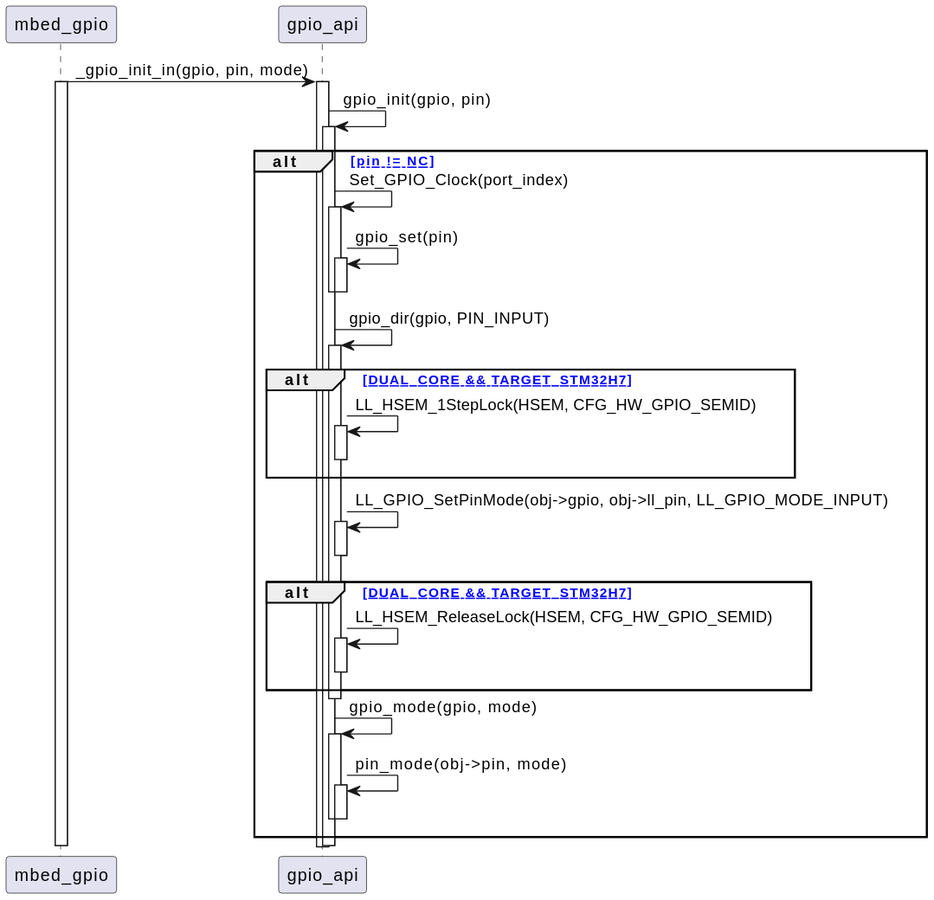
Bhagyani08/test_project keeps this PlantUML diagram as ai-design/sequence/_gpio_init_in.svg. Above is the earlier version.
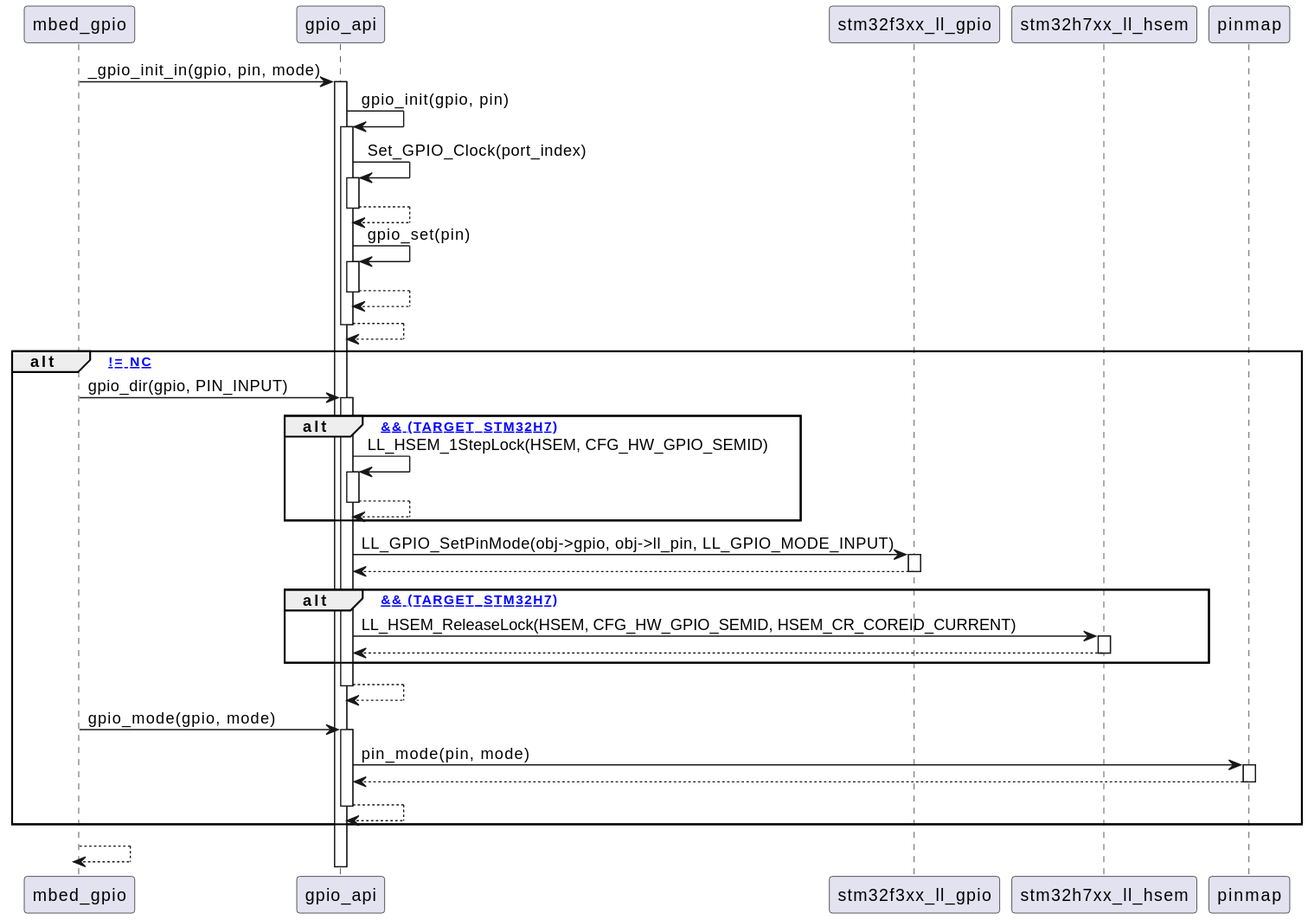
Above is the later version.

Commit message:
Auto-update AI design diagrams

What changed in the source:
```diff
@@ -1,52 +1,64 @@
 @startuml
-participant "mbed_gpio" as Main
-participant "gpio_api" as GPIO
+participant mbed_gpio
+participant gpio_api
+participant stm32f3xx_ll_gpio
+participant stm32h7xx_ll_hsem
+participant pinmap
 
-Main -> GPIO : _gpio_init_in(gpio, pin, mode)
-activate Main
-activate GPIO
+mbed_gpio -> gpio_api: _gpio_init_in(gpio, pin, mode)
+activate gpio_api
 
-GPIO -> GPIO : gpio_init(gpio, pin)
-activate GPIO
-alt ["[pin != NC]"]
-    GPIO -> GPIO : Set_GPIO_Clock(port_index)
-    activate GPIO
+gpio_api -> gpio_api: gpio_init(gpio, pin)
+activate gpio_api
 
-    GPIO -> GPIO : gpio_set(pin)
-    activate GPIO
+gpio_api -> gpio_api: Set_GPIO_Clock(port_index)
+activate gpio_api
+gpio_api --> gpio_api
+deactivate gpio_api
 
-    deactivate GPIO
-    deactivate GPIO
+gpio_api -> gpio_api: gpio_set(pin)
+activate gpio_api
+gpio_api --> gpio_api
+deactivate gpio_api
 
-    GPIO -> GPIO : gpio_dir(gpio, PIN_INPUT)
-    activate GPIO
-alt ["[DUAL_CORE && TARGET_STM32H7]"]
-        GPIO -> GPIO : LL_HSEM_1StepLock(HSEM, CFG_HW_GPIO_SEMID)
-        activate GPIO
+gpio_api --> gpio_api
+deactivate gpio_api
+alt [pin != NC]
+    mbed_gpio -> gpio_api: gpio_dir(gpio, PIN_INPUT)
+    activate gpio_api
+alt [defined(DUAL_CORE) && (TARGET_STM32H7)]
+        gpio_api -> gpio_api: LL_HSEM_1StepLock(HSEM, CFG_HW_GPIO_SEMID)
+        activate gpio_api
+        gpio_api --> gpio_api
+        deactivate gpio_api
+    end
 
-        deactivate GPIO
+    gpio_api -> stm32f3xx_ll_gpio: LL_GPIO_SetPinMode(obj->gpio, obj->ll_pin, LL_GPIO_MODE_INPUT)
+    activate stm32f3xx_ll_gpio
+    stm32f3xx_ll_gpio --> gpio_api
+    deactivate stm32f3xx_ll_gpio
+alt [defined(DUAL_CORE) && (TARGET_STM32H7)]
+        gpio_api -> stm32h7xx_ll_hsem: LL_HSEM_ReleaseLock(HSEM, CFG_HW_GPIO_SEMID, HSEM_CR_COREID_CURRENT)
+        activate stm32h7xx_ll_hsem
+        stm32h7xx_ll_hsem --> gpio_api
+        deactivate stm32h7xx_ll_hsem
     end
-    GPIO -> GPIO : LL_GPIO_SetPinMode(obj->gpio, obj->ll_pin, LL_GPIO_MODE_INPUT)
-    activate GPIO
 
-    deactivate GPIO
-alt ["[DUAL_CORE && TARGET_STM32H7]"]
-        GPIO -> GPIO : LL_HSEM_ReleaseLock(HSEM, CFG_HW_GPIO_SEMID)
-        activate GPIO
+    gpio_api --> gpio_api
+    deactivate gpio_api
 
-        deactivate GPIO
-    end
-    deactivate GPIO
+    mbed_gpio -> gpio_api: gpio_mode(gpio, mode)
+    activate gpio_api
 
-    GPIO -> GPIO : gpio_mode(gpio, mode)
-    activate GPIO
+    gpio_api -> pinmap: pin_mode(pin, mode)
+    activate pinmap
+    pinmap --> gpio_api
+    deactivate pinmap
 
-    GPIO -> GPIO : pin_mode(obj->pin, mode)
-    activate GPIO
+    gpio_api --> gpio_api
+    deactivate gpio_api
+end
 
-    deactivate GPIO
-    deactivate GPIO
-end
-deactivate GPIO
-deactivate Main
+mbed_gpio --> mbed_gpio
+deactivate mbed_gpio
 @enduml
```
